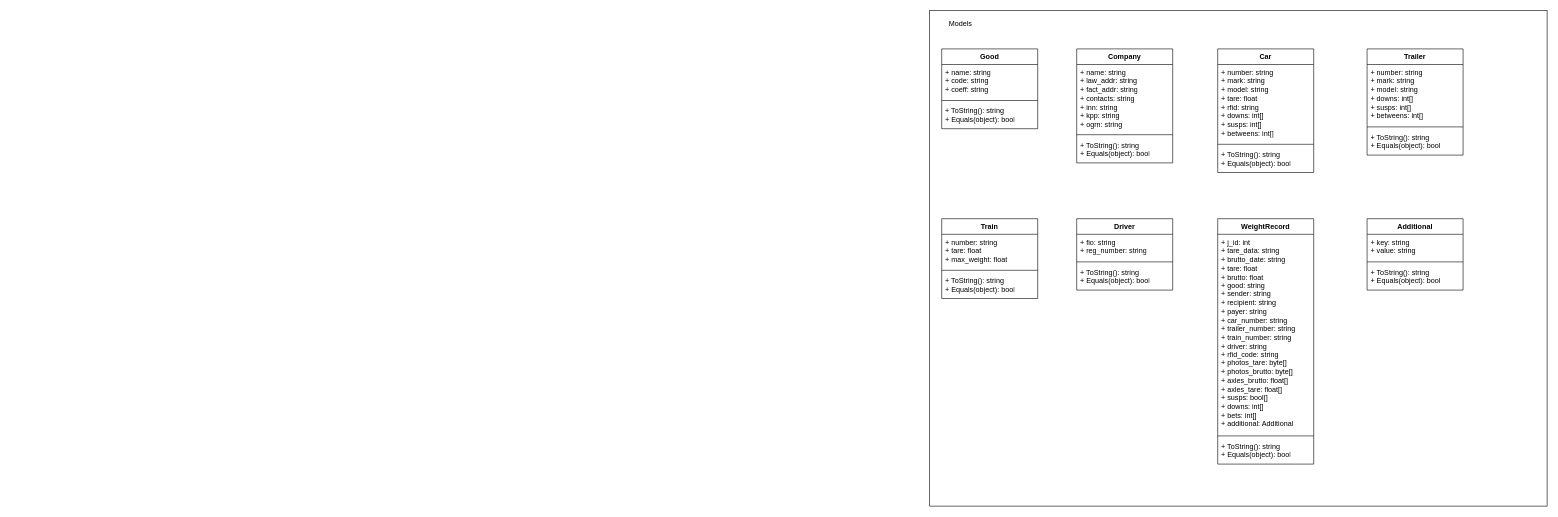
This is Диаграмма без названия.drawio from Infinity0084/ai_1_lab, a draw.io file, before an edit. Source tidied: cells renumbered, new cells numbered last; positions are measured from the earlier drawing's top-left corner, leaving out a move shared by most shapes. Both pictures are drawn from the tidied source at 60%, with x=0, y=0 at pixel (929, 10).
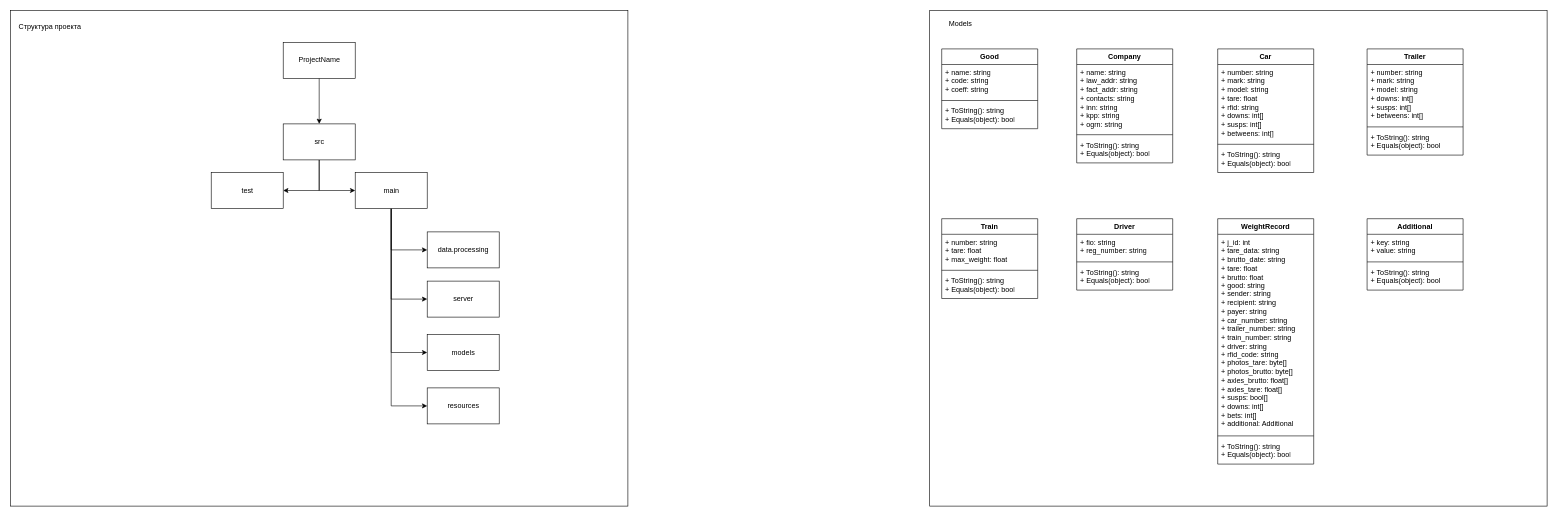
The same diagram, later.

Change to the diagram source:
```diff
@@
+    <mxCell id="36" style="rounded=0;whiteSpace=wrap;html=1;" parent="1" vertex="1">
+      <mxGeometry x="-1532" width="1029" height="826" as="geometry" />
+    </mxCell>
+    <mxCell id="37" value="Структура проекта" style="text;html=1;strokeColor=none;fillColor=none;align=center;verticalAlign=middle;whiteSpace=wrap;rounded=0;" parent="1" vertex="1">
+      <mxGeometry x="-1532" width="132" height="53" as="geometry" />
+    </mxCell>
+    <mxCell id="38" style="edgeStyle=orthogonalEdgeStyle;rounded=0;jettySize=auto;html=1;entryX=0.5;entryY=0;entryDx=0;entryDy=0;" parent="1" edge="1" source="39" target="42">
+      <mxGeometry relative="1" as="geometry" />
+    </mxCell>
+    <mxCell id="39" value="ProjectName" style="rounded=0;whiteSpace=wrap;html=1;" parent="1" vertex="1">
+      <mxGeometry x="-1077.5" y="53" width="120" height="60" as="geometry" />
+    </mxCell>
+    <mxCell id="40" style="edgeStyle=orthogonalEdgeStyle;rounded=0;jettySize=auto;html=1;entryX=0;entryY=0.5;entryDx=0;entryDy=0;" parent="1" edge="1" source="42" target="47">
+      <mxGeometry relative="1" as="geometry">
+        <Array as="points">
+          <mxPoint x="-1017" y="300" />
+        </Array>
+      </mxGeometry>
+    </mxCell>
+    <mxCell id="41" style="edgeStyle=orthogonalEdgeStyle;rounded=0;jettySize=auto;html=1;exitX=0.5;exitY=1;exitDx=0;exitDy=0;entryX=1;entryY=0.5;entryDx=0;entryDy=0;" parent="1" edge="1" source="42" target="48">
+      <mxGeometry relative="1" as="geometry" />
+    </mxCell>
+    <mxCell id="42" value="src" style="rounded=0;whiteSpace=wrap;html=1;" parent="1" vertex="1">
+      <mxGeometry x="-1077.5" y="189" width="120" height="60" as="geometry" />
+    </mxCell>
+    <mxCell id="43" style="edgeStyle=orthogonalEdgeStyle;rounded=0;jettySize=auto;html=1;exitX=0.5;exitY=1;exitDx=0;exitDy=0;entryX=0;entryY=0.5;entryDx=0;entryDy=0;" parent="1" edge="1" source="47" target="49">
+      <mxGeometry relative="1" as="geometry" />
+    </mxCell>
+    <mxCell id="44" style="edgeStyle=orthogonalEdgeStyle;rounded=0;jettySize=auto;html=1;entryX=0;entryY=0.5;entryDx=0;entryDy=0;" parent="1" edge="1" source="47" target="50">
+      <mxGeometry relative="1" as="geometry" />
+    </mxCell>
+    <mxCell id="45" style="edgeStyle=orthogonalEdgeStyle;rounded=0;jettySize=auto;html=1;entryX=0;entryY=0.5;entryDx=0;entryDy=0;" parent="1" edge="1" source="47" target="51">
+      <mxGeometry relative="1" as="geometry" />
+    </mxCell>
+    <mxCell id="46" style="edgeStyle=orthogonalEdgeStyle;rounded=0;jettySize=auto;html=1;entryX=0;entryY=0.5;entryDx=0;entryDy=0;" parent="1" edge="1" source="47" target="52">
+      <mxGeometry relative="1" as="geometry" />
+    </mxCell>
+    <mxCell id="47" value="main" style="rounded=0;whiteSpace=wrap;html=1;" parent="1" vertex="1">
+      <mxGeometry x="-957.5" y="270" width="120" height="60" as="geometry" />
+    </mxCell>
+    <mxCell id="48" value="test" style="rounded=0;whiteSpace=wrap;html=1;" parent="1" vertex="1">
+      <mxGeometry x="-1197.5" y="270" width="120" height="60" as="geometry" />
+    </mxCell>
+    <mxCell id="49" value="resources" style="rounded=0;whiteSpace=wrap;html=1;" parent="1" vertex="1">
+      <mxGeometry x="-837.5" y="629" width="120" height="60" as="geometry" />
+    </mxCell>
+    <mxCell id="50" value="models" style="rounded=0;whiteSpace=wrap;html=1;" parent="1" vertex="1">
+      <mxGeometry x="-837.5" y="540" width="120" height="60" as="geometry" />
+    </mxCell>
+    <mxCell id="51" value="server" style="rounded=0;whiteSpace=wrap;html=1;" parent="1" vertex="1">
+      <mxGeometry x="-837.5" y="451" width="120" height="60" as="geometry" />
+    </mxCell>
+    <mxCell id="52" value="data.processing" style="rounded=0;whiteSpace=wrap;html=1;" parent="1" vertex="1">
+      <mxGeometry x="-837.5" y="369" width="120" height="60" as="geometry" />
+    </mxCell>
```
